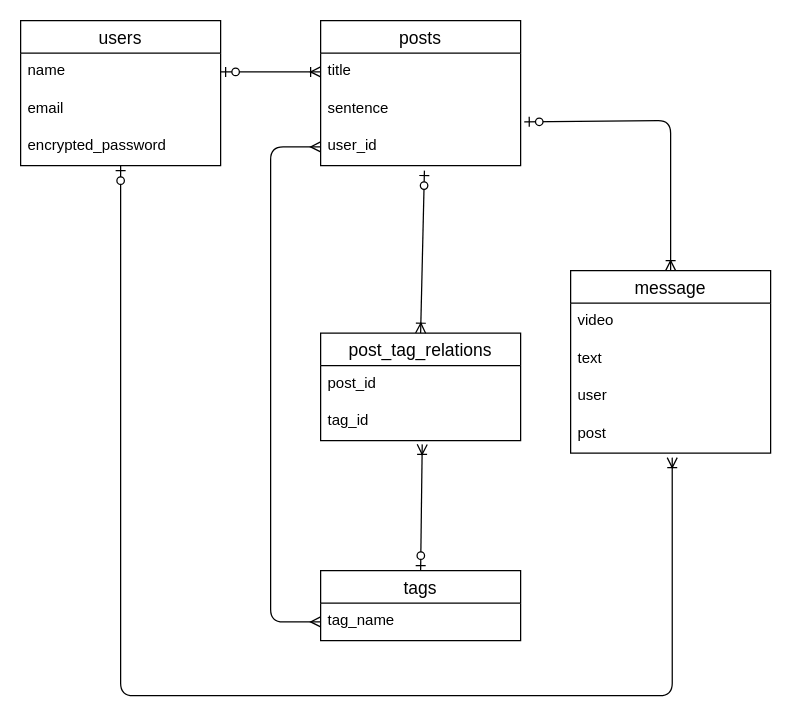
hagihara-eisuke02/CommuT-35544 keeps this draw.io diagram as db.dio. Above is the earlier version. Source tidied: cells renumbered, new cells numbered last; positions are measured from the earlier drawing's top-left corner, leaving out a move shared by most shapes. Both pictures are drawn from the tidied source at 125%, with x=0, y=0 at pixel (20, 20).
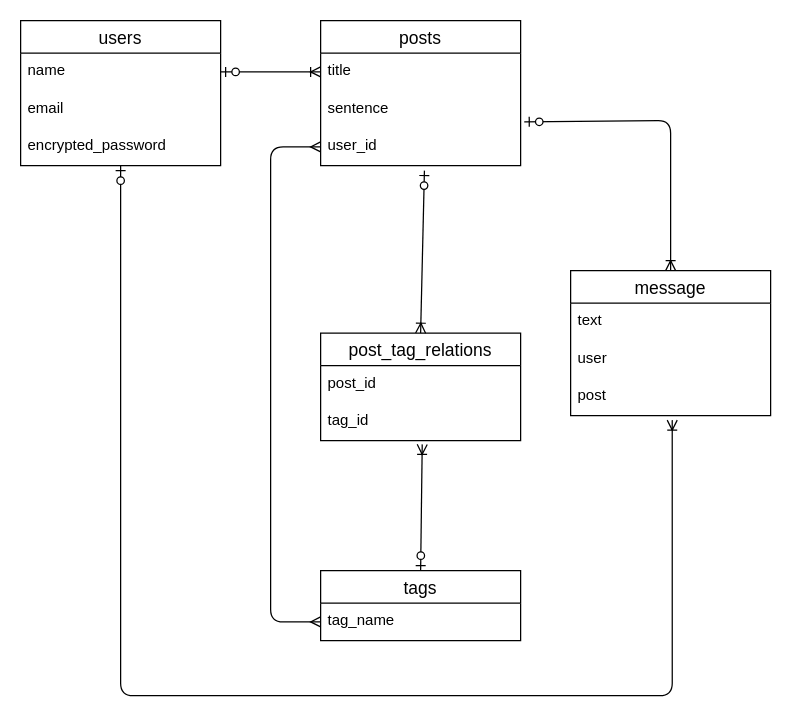
Above is the later version.

Change to the diagram source:
```diff
@@
     <mxCell id="22" value="message" style="swimlane;fontStyle=0;horizontal=1;startSize=26;align=center;fontSize=14;" parent="1" vertex="1">
-      <mxGeometry x="440" y="200" width="160" height="146" as="geometry" />
+      <mxGeometry x="440" y="200" width="160" height="116" as="geometry" />
     </mxCell>
-    <mxCell id="23" value="video" style="text;strokeColor=none;fillColor=none;spacingLeft=4;spacingRight=4;overflow=hidden;fontSize=12;" parent="22" vertex="1">
-      <mxGeometry y="26" width="160" height="30" as="geometry" />
-    </mxCell>
     <mxCell id="24" value="text" style="text;strokeColor=none;fillColor=none;spacingLeft=4;spacingRight=4;overflow=hidden;fontSize=12;" parent="22" vertex="1">
-      <mxGeometry y="56" width="160" height="30" as="geometry" />
+      <mxGeometry y="26" width="160" height="30" as="geometry" />
     </mxCell>
     <mxCell id="25" value="user" style="text;strokeColor=none;fillColor=none;spacingLeft=4;spacingRight=4;overflow=hidden;fontSize=12;" parent="22" vertex="1">
-      <mxGeometry y="86" width="160" height="30" as="geometry" />
+      <mxGeometry y="56" width="160" height="30" as="geometry" />
     </mxCell>
     <mxCell id="26" value="post" style="text;strokeColor=none;fillColor=none;spacingLeft=4;spacingRight=4;overflow=hidden;points=[[0,0.5],[1,0.5]];portConstraint=eastwest;fontSize=12;" parent="22" vertex="1">
-      <mxGeometry y="116" width="160" height="30" as="geometry" />
+      <mxGeometry y="86" width="160" height="30" as="geometry" />
     </mxCell>
```
